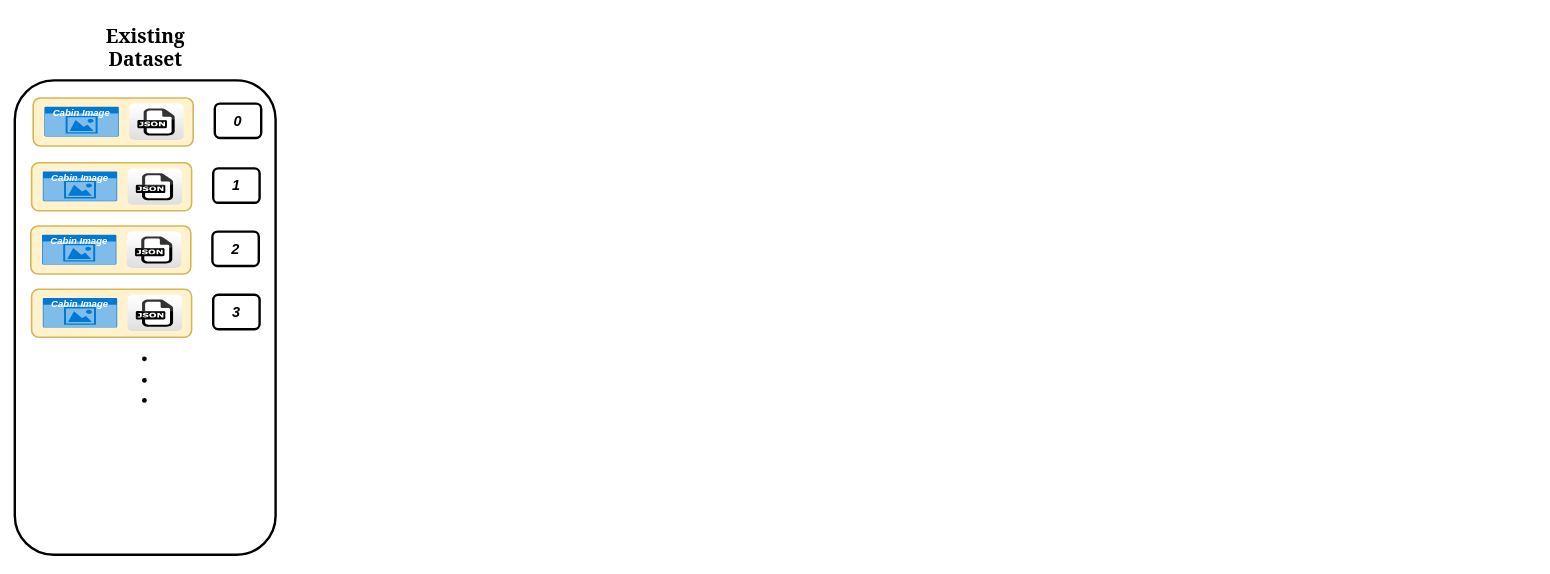
Before: titan_overview.drawio in Albertchamberlain/draw_io, a draw.io diagram. Source tidied: cells renumbered, new cells numbered last; positions are measured from the earlier drawing's top-left corner, leaving out a move shared by most shapes. Both pictures are drawn from the tidied source at 80%, with x=0, y=0 at pixel (14, 19).
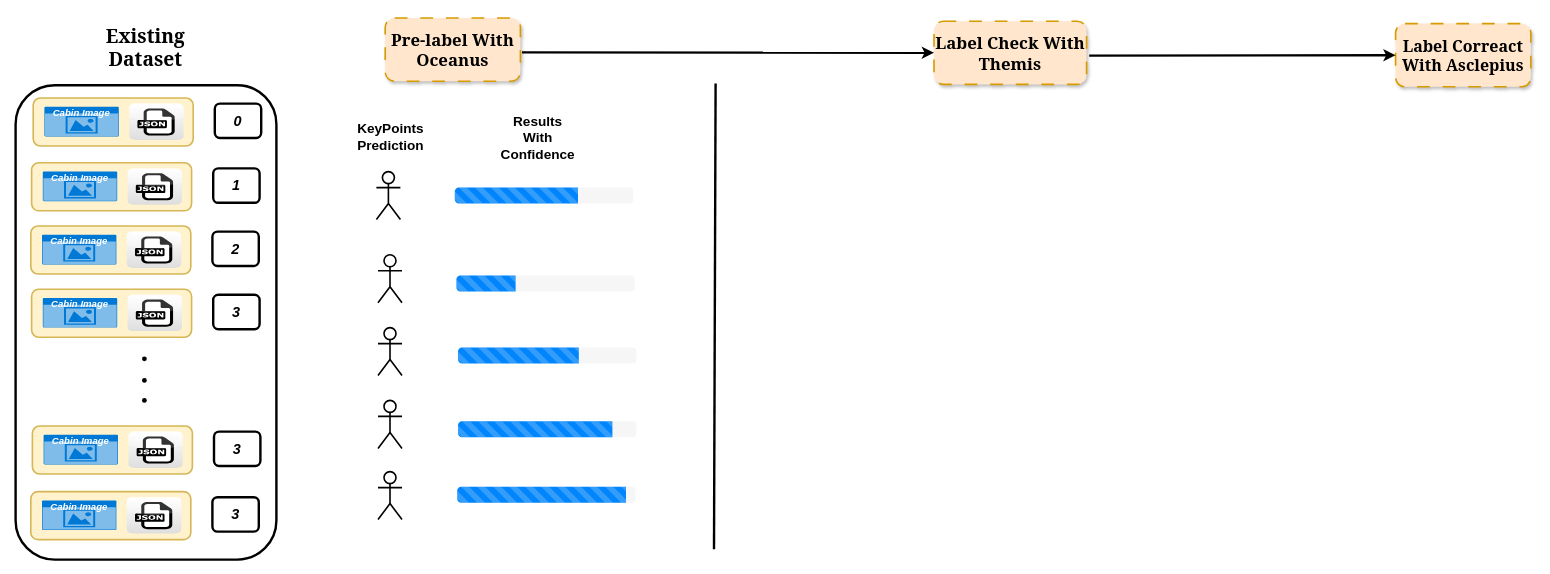
The same diagram, later.

The edit, as a diff of the source:
```diff
@@
     <mxCell id="2" style="rounded=1;whiteSpace=wrap;html=1;strokeWidth=3;" parent="1" vertex="1">
-      <mxGeometry y="76" width="326" height="593" as="geometry" />
+      <mxGeometry x="1" y="82" width="326" height="593" as="geometry" />
     </mxCell>
@@
+    <mxCell id="23" value="&lt;font style=&quot;font-size: 18px;&quot;&gt;&lt;b&gt;&lt;i&gt;3&lt;/i&gt;&lt;/b&gt;&lt;/font&gt;" style="rounded=1;whiteSpace=wrap;html=1;strokeWidth=3;" parent="1" vertex="1">
+      <mxGeometry x="249" y="515" width="58" height="43" as="geometry" />
+    </mxCell>
+    <mxCell id="24" style="rounded=1;whiteSpace=wrap;html=1;strokeWidth=2;fillColor=#fff2cc;strokeColor=#d6b656;" parent="1" vertex="1">
+      <mxGeometry x="22" y="508" width="200" height="60" as="geometry" />
+    </mxCell>
+    <mxCell id="25" value="&lt;b&gt;&lt;i&gt;Cabin Image&lt;/i&gt;&lt;/b&gt;" style="html=1;whiteSpace=wrap;strokeColor=none;fillColor=#0079D6;labelPosition=center;verticalLabelPosition=middle;verticalAlign=top;align=center;fontSize=12;spacingTop=-6;fontColor=#FFFFFF;sketch=0;shape=mxgraph.sitemap.photo;" parent="1" vertex="1">
+      <mxGeometry x="36" y="519" width="93" height="37" as="geometry" />
+    </mxCell>
+    <mxCell id="26" style="dashed=0;html=1;align=center;labelPosition=center;verticalLabelPosition=bottom;verticalAlign=top;shape=mxgraph.webicons.json;gradientColor=#DFDEDE;" parent="1" vertex="1">
+      <mxGeometry x="142" y="515" width="68" height="45.4" as="geometry" />
+    </mxCell>
+    <mxCell id="27" value="&lt;font style=&quot;font-size: 18px;&quot;&gt;&lt;b&gt;&lt;i&gt;3&lt;/i&gt;&lt;/b&gt;&lt;/font&gt;" style="rounded=1;whiteSpace=wrap;html=1;strokeWidth=3;" parent="1" vertex="1">
+      <mxGeometry x="247" y="597" width="58" height="43" as="geometry" />
+    </mxCell>
+    <mxCell id="28" style="rounded=1;whiteSpace=wrap;html=1;strokeWidth=2;fillColor=#fff2cc;strokeColor=#d6b656;" parent="1" vertex="1">
+      <mxGeometry x="20" y="590" width="200" height="60" as="geometry" />
+    </mxCell>
+    <mxCell id="29" value="&lt;b&gt;&lt;i&gt;Cabin Image&lt;/i&gt;&lt;/b&gt;" style="html=1;whiteSpace=wrap;strokeColor=none;fillColor=#0079D6;labelPosition=center;verticalLabelPosition=middle;verticalAlign=top;align=center;fontSize=12;spacingTop=-6;fontColor=#FFFFFF;sketch=0;shape=mxgraph.sitemap.photo;" parent="1" vertex="1">
+      <mxGeometry x="34" y="601" width="93" height="37" as="geometry" />
+    </mxCell>
+    <mxCell id="30" style="dashed=0;html=1;align=center;labelPosition=center;verticalLabelPosition=bottom;verticalAlign=top;shape=mxgraph.webicons.json;gradientColor=#DFDEDE;" parent="1" vertex="1">
+      <mxGeometry x="140" y="597" width="68" height="45.4" as="geometry" />
+    </mxCell>
+    <mxCell id="31" value="&lt;b&gt;&lt;font face=&quot;Georgia&quot; style=&quot;font-size: 21px;&quot;&gt;Pre-label With Oceanus&lt;/font&gt;&lt;/b&gt;" style="rounded=1;whiteSpace=wrap;html=1;dashed=1;dashPattern=8 8;strokeWidth=2;fillColor=#ffe6cc;strokeColor=#d79b00;shadow=1;" parent="1" vertex="1">
+      <mxGeometry x="463" y="-2" width="169" height="79" as="geometry" />
+    </mxCell>
+    <mxCell id="32" value="&lt;font face=&quot;Georgia&quot; style=&quot;font-size: 21px;&quot;&gt;&lt;b&gt;Label Check With Themis&lt;/b&gt;&lt;/font&gt;" style="rounded=1;whiteSpace=wrap;html=1;strokeWidth=2;dashed=1;dashPattern=8 8;fillColor=#ffe6cc;strokeColor=#d79b00;shadow=1;" parent="1" vertex="1">
+      <mxGeometry x="1149" y="2" width="190.7" height="79" as="geometry" />
+    </mxCell>
+    <mxCell id="33" value="&lt;b&gt;&lt;font face=&quot;Georgia&quot; style=&quot;font-size: 20px;&quot;&gt;Label Correact With Asclepius&lt;/font&gt;&lt;/b&gt;" style="rounded=1;whiteSpace=wrap;html=1;strokeWidth=2;dashed=1;dashPattern=8 8;fillColor=#ffe6cc;strokeColor=#d79b00;shadow=1;" parent="1" vertex="1">
+      <mxGeometry x="1726" y="5" width="169" height="79" as="geometry" />
+    </mxCell>
+    <mxCell id="34" style="endArrow=classic;html=1;rounded=0;entryX=0;entryY=0.5;entryDx=0;entryDy=0;strokeWidth=3;" parent="1" edge="1" target="32">
+      <mxGeometry relative="1" as="geometry">
+        <mxPoint x="634" y="41" as="sourcePoint" />
+      </mxGeometry>
+    </mxCell>
+    <mxCell id="35" style="endArrow=classic;html=1;rounded=0;entryX=0;entryY=0.5;entryDx=0;entryDy=0;strokeWidth=3;" parent="1" edge="1" target="33">
+      <mxGeometry relative="1" as="geometry">
+        <mxPoint x="1343" y="45" as="sourcePoint" />
+      </mxGeometry>
+    </mxCell>
+    <mxCell id="36" style="endArrow=none;html=1;rounded=0;strokeWidth=3;" parent="1" edge="1">
+      <mxGeometry relative="1" as="geometry">
+        <mxPoint x="874" y="662" as="sourcePoint" />
+        <mxPoint x="876" y="80" as="targetPoint" />
+      </mxGeometry>
+    </mxCell>
+    <mxCell id="37" style="shape=umlActor;verticalLabelPosition=bottom;verticalAlign=top;html=1;strokeWidth=2;" parent="1" vertex="1">
+      <mxGeometry x="452" y="190" width="30" height="60" as="geometry" />
+    </mxCell>
+    <mxCell id="38" value="&lt;b&gt;&lt;font style=&quot;font-size: 17px;&quot;&gt;KeyPoints Prediction&lt;/font&gt;&lt;/b&gt;" style="text;html=1;align=center;verticalAlign=middle;whiteSpace=wrap;rounded=0;" parent="1" vertex="1">
+      <mxGeometry x="440" y="132" width="60" height="30" as="geometry" />
+    </mxCell>
+    <mxCell id="39" value="&lt;b&gt;&lt;font style=&quot;font-size: 17px;&quot;&gt;Results With Confidence&lt;/font&gt;&lt;/b&gt;" style="text;html=1;align=center;verticalAlign=middle;whiteSpace=wrap;rounded=0;" parent="1" vertex="1">
+      <mxGeometry x="624" y="134" width="60" height="30" as="geometry" />
+    </mxCell>
+    <mxCell id="40" style="html=1;shadow=0;dashed=0;shape=mxgraph.bootstrap.rrect;rSize=5;strokeColor=none;fillColor=#f6f6f6;whiteSpace=wrap;" parent="1" vertex="1">
+      <mxGeometry x="550" y="210" width="223" height="20" as="geometry" />
+    </mxCell>
+    <mxCell id="41" style="html=1;shadow=0;dashed=0;shape=mxgraph.bootstrap.leftButtonStriped;fillColor=#0085FC;fontColor=#FFFFFF;whiteSpace=wrap;" parent="40" vertex="1">
+      <mxGeometry width="154" height="20" as="geometry" />
+    </mxCell>
+    <mxCell id="42" style="html=1;shadow=0;dashed=0;shape=mxgraph.bootstrap.rrect;rSize=5;strokeColor=none;fillColor=#f6f6f6;whiteSpace=wrap;" parent="1" vertex="1">
+      <mxGeometry x="552" y="320" width="223" height="20" as="geometry" />
+    </mxCell>
+    <mxCell id="43" style="html=1;shadow=0;dashed=0;shape=mxgraph.bootstrap.leftButtonStriped;fillColor=#0085FC;fontColor=#FFFFFF;whiteSpace=wrap;" parent="42" vertex="1">
+      <mxGeometry width="74" height="20" as="geometry" />
+    </mxCell>
+    <mxCell id="44" style="html=1;shadow=0;dashed=0;shape=mxgraph.bootstrap.rrect;rSize=5;strokeColor=none;fillColor=#f6f6f6;whiteSpace=wrap;" parent="1" vertex="1">
+      <mxGeometry x="554" y="410" width="223" height="20" as="geometry" />
+    </mxCell>
+    <mxCell id="45" style="html=1;shadow=0;dashed=0;shape=mxgraph.bootstrap.leftButtonStriped;fillColor=#0085FC;fontColor=#FFFFFF;whiteSpace=wrap;" parent="44" vertex="1">
+      <mxGeometry width="151" height="20" as="geometry" />
+    </mxCell>
+    <mxCell id="46" style="html=1;shadow=0;dashed=0;shape=mxgraph.bootstrap.rrect;rSize=5;strokeColor=none;fillColor=#f6f6f6;whiteSpace=wrap;" parent="1" vertex="1">
+      <mxGeometry x="554" y="502" width="223" height="20" as="geometry" />
+    </mxCell>
+    <mxCell id="47" style="html=1;shadow=0;dashed=0;shape=mxgraph.bootstrap.leftButtonStriped;fillColor=#0085FC;fontColor=#FFFFFF;whiteSpace=wrap;" parent="46" vertex="1">
+      <mxGeometry width="193" height="20" as="geometry" />
+    </mxCell>
+    <mxCell id="48" style="html=1;shadow=0;dashed=0;shape=mxgraph.bootstrap.rrect;rSize=5;strokeColor=none;fillColor=#f6f6f6;whiteSpace=wrap;" parent="1" vertex="1">
+      <mxGeometry x="553" y="584" width="223" height="20" as="geometry" />
+    </mxCell>
+    <mxCell id="49" style="html=1;shadow=0;dashed=0;shape=mxgraph.bootstrap.leftButtonStriped;fillColor=#0085FC;fontColor=#FFFFFF;whiteSpace=wrap;" parent="48" vertex="1">
+      <mxGeometry width="211" height="20" as="geometry" />
+    </mxCell>
+    <mxCell id="50" style="shape=umlActor;verticalLabelPosition=bottom;verticalAlign=top;html=1;strokeWidth=2;" parent="1" vertex="1">
+      <mxGeometry x="454" y="294" width="30" height="60" as="geometry" />
+    </mxCell>
+    <mxCell id="51" style="shape=umlActor;verticalLabelPosition=bottom;verticalAlign=top;html=1;strokeWidth=2;" parent="1" vertex="1">
+      <mxGeometry x="454" y="385" width="30" height="60" as="geometry" />
+    </mxCell>
+    <mxCell id="52" style="shape=umlActor;verticalLabelPosition=bottom;verticalAlign=top;html=1;strokeWidth=2;" parent="1" vertex="1">
+      <mxGeometry x="454" y="476" width="30" height="60" as="geometry" />
+    </mxCell>
+    <mxCell id="53" style="shape=umlActor;verticalLabelPosition=bottom;verticalAlign=top;html=1;strokeWidth=2;" parent="1" vertex="1">
+      <mxGeometry x="454" y="565" width="30" height="60" as="geometry" />
+    </mxCell>
```
